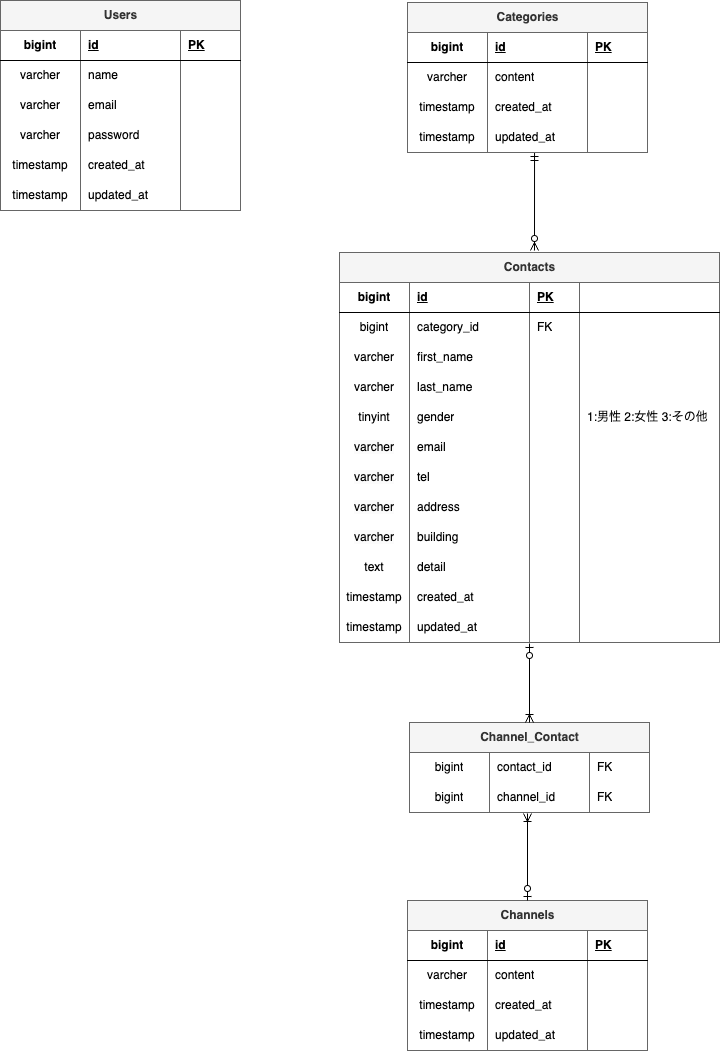
Tamori169/Tamori-kadai1 keeps this draw.io diagram as ER.drawio.png. Above is the earlier version. Source tidied: cells renumbered, new cells last; positions are measured from the earlier drawing's top-left corner, leaving out a move shared by most shapes.
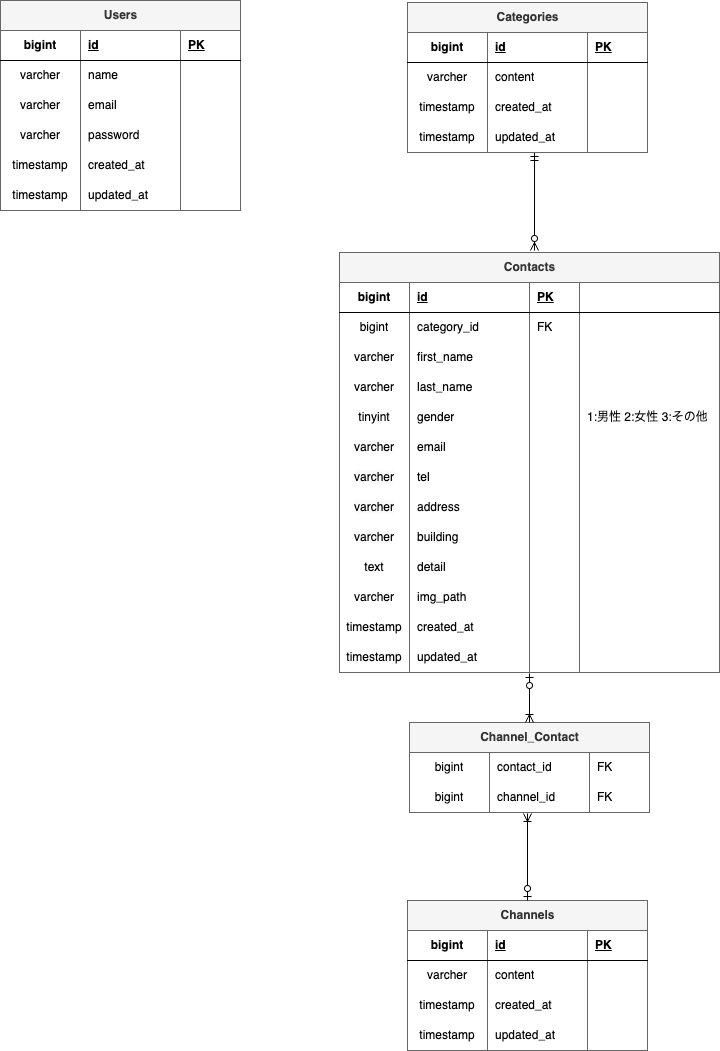
Later version of the same file.

Change to the diagram source:
```diff
@@ -135,7 +135,7 @@
       <mxGeometry x="180" width="60" height="30" as="geometry" />
     </mxCell>
     <mxCell id="45" value="Contacts" style="shape=table;startSize=30;rowLines=0;fontStyle=1;align=center;html=1;fillColor=#f5f5f5;fontColor=#333333;strokeColor=#666666;" parent="1" vertex="1">
-      <mxGeometry x="339" y="252" width="380" height="390" as="geometry" />
+      <mxGeometry x="339" y="252" width="380" height="420" as="geometry" />
     </mxCell>
     <mxCell id="46" style="shape=tableRow;horizontal=0;startSize=0;swimlaneHead=0;swimlaneBody=0;fillColor=none;top=0;left=0;right=0;bottom=1;" parent="45" vertex="1">
       <mxGeometry y="30" width="380" height="30" as="geometry" />
@@ -287,8 +287,23 @@
     <mxCell id="95" style="shape=partialRectangle;fillColor=none;top=0;left=0;bottom=0;right=0;align=left;spacingLeft=6;overflow=hidden;whiteSpace=wrap;html=1;" parent="91" vertex="1">
       <mxGeometry x="240" width="140" height="30" as="geometry" />
     </mxCell>
+    <mxCell id="134" style="shape=tableRow;horizontal=0;startSize=0;swimlaneHead=0;swimlaneBody=0;fillColor=none;top=0;left=0;right=0;bottom=0;" parent="45" vertex="1">
+      <mxGeometry y="330" width="380" height="30" as="geometry" />
+    </mxCell>
+    <mxCell id="135" value="varcher" style="shape=partialRectangle;fillColor=none;top=0;left=0;bottom=0;right=0;overflow=hidden;whiteSpace=wrap;html=1;" parent="134" vertex="1">
+      <mxGeometry width="70" height="30" as="geometry" />
+    </mxCell>
+    <mxCell id="136" value="img_path" style="shape=partialRectangle;fillColor=none;top=0;left=0;bottom=0;right=0;align=left;spacingLeft=6;overflow=hidden;whiteSpace=wrap;html=1;" parent="134" vertex="1">
+      <mxGeometry x="70" width="120" height="30" as="geometry" />
+    </mxCell>
+    <mxCell id="137" style="shape=partialRectangle;fillColor=none;top=0;left=0;bottom=0;right=0;align=left;spacingLeft=6;overflow=hidden;whiteSpace=wrap;html=1;" parent="134" vertex="1">
+      <mxGeometry x="190" width="50" height="30" as="geometry" />
+    </mxCell>
+    <mxCell id="138" style="shape=partialRectangle;fillColor=none;top=0;left=0;bottom=0;right=0;align=left;spacingLeft=6;overflow=hidden;whiteSpace=wrap;html=1;" parent="134" vertex="1">
+      <mxGeometry x="240" width="140" height="30" as="geometry" />
+    </mxCell>
     <mxCell id="96" style="shape=tableRow;horizontal=0;startSize=0;swimlaneHead=0;swimlaneBody=0;fillColor=none;top=0;left=0;right=0;bottom=0;" parent="45" vertex="1">
-      <mxGeometry y="330" width="380" height="30" as="geometry" />
+      <mxGeometry y="360" width="380" height="30" as="geometry" />
     </mxCell>
     <mxCell id="97" value="timestamp" style="shape=partialRectangle;fillColor=none;top=0;left=0;bottom=0;right=0;overflow=hidden;whiteSpace=wrap;html=1;" parent="96" vertex="1">
       <mxGeometry width="70" height="30" as="geometry" />
@@ -303,7 +318,7 @@
       <mxGeometry x="240" width="140" height="30" as="geometry" />
     </mxCell>
     <mxCell id="101" style="shape=tableRow;horizontal=0;startSize=0;swimlaneHead=0;swimlaneBody=0;fillColor=none;points=[[0,0.5],[1,0.5]];portConstraint=eastwest;top=0;left=0;right=0;bottom=0;" parent="45" vertex="1">
-      <mxGeometry y="360" width="380" height="30" as="geometry" />
+      <mxGeometry y="390" width="380" height="30" as="geometry" />
     </mxCell>
     <mxCell id="102" value="timestamp" style="shape=partialRectangle;fillColor=none;top=0;left=0;bottom=0;right=0;overflow=hidden;whiteSpace=wrap;html=1;" parent="101" vertex="1">
       <mxGeometry width="70" height="30" as="geometry" />
```
